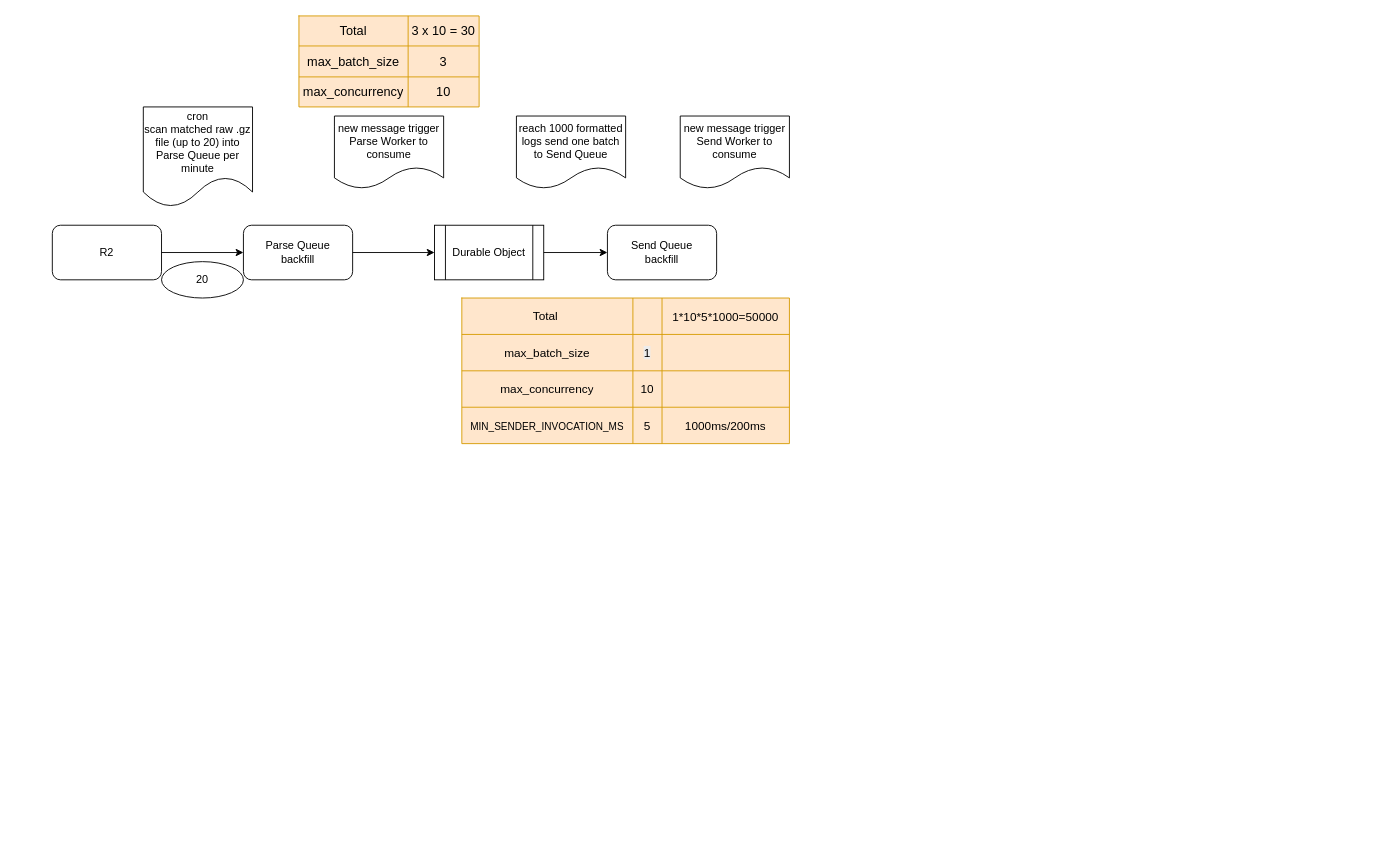
CFChinaNetwork/ctyun-logpush-backfill keeps this draw.io diagram as docs/Flow Chart.drawio. Above is the earlier version. Source tidied: cells renumbered, new cells numbered last; positions are measured from the earlier drawing's top-left corner, leaving out a move shared by most shapes. Both pictures are drawn from the tidied source at 91%, with x=0, y=0 at pixel (52, 15).
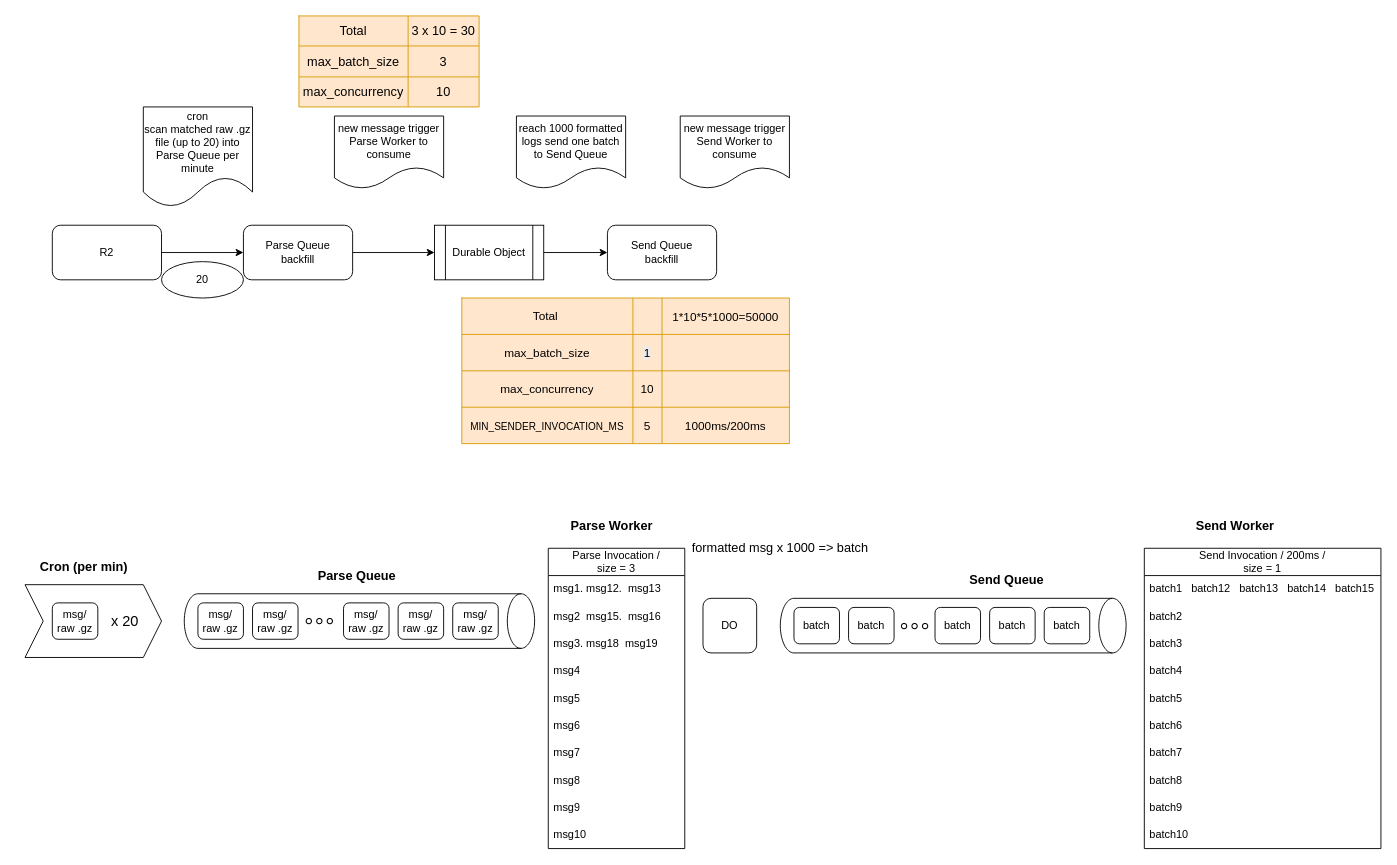
The same page after the edit.

Diff of the diagram source:
```diff
@@
+    <mxCell id="41" style="shape=cylinder3;whiteSpace=wrap;html=1;boundedLbl=1;backgroundOutline=1;size=15;rotation=90;" parent="1" vertex="1">
+      <mxGeometry x="307.5" y="472.5" width="60" height="385" as="geometry" />
+    </mxCell>
+    <mxCell id="42" value="&lt;span style=&quot;text-align: left;&quot;&gt;Parse Invocation / &lt;br&gt;size = 3&lt;/span&gt;" style="swimlane;fontStyle=0;horizontal=1;startSize=30;whiteSpace=wrap;html=1;" parent="1" vertex="1">
+      <mxGeometry x="545" y="585" width="150" height="330" as="geometry" />
+    </mxCell>
+    <mxCell id="43" value="msg1. msg12.&amp;nbsp; msg13" style="text;strokeColor=none;fillColor=none;align=left;verticalAlign=middle;spacingLeft=4;spacingRight=4;overflow=hidden;whiteSpace=wrap;html=1;" parent="42" vertex="1">
+      <mxGeometry y="30" width="150" height="30" as="geometry" />
+    </mxCell>
+    <mxCell id="44" value="msg2&amp;nbsp; msg15.&amp;nbsp; msg16" style="text;strokeColor=none;fillColor=none;align=left;verticalAlign=middle;spacingLeft=4;spacingRight=4;overflow=hidden;whiteSpace=wrap;html=1;" parent="42" vertex="1">
+      <mxGeometry y="60" width="150" height="30" as="geometry" />
+    </mxCell>
+    <mxCell id="45" value="msg3. msg18&amp;nbsp; msg19" style="text;strokeColor=none;fillColor=none;align=left;verticalAlign=middle;spacingLeft=4;spacingRight=4;overflow=hidden;whiteSpace=wrap;html=1;" parent="42" vertex="1">
+      <mxGeometry y="90" width="150" height="30" as="geometry" />
+    </mxCell>
+    <mxCell id="46" value="msg4" style="text;strokeColor=none;fillColor=none;align=left;verticalAlign=middle;spacingLeft=4;spacingRight=4;overflow=hidden;whiteSpace=wrap;html=1;" parent="42" vertex="1">
+      <mxGeometry y="120" width="150" height="30" as="geometry" />
+    </mxCell>
+    <mxCell id="47" value="msg5" style="text;strokeColor=none;fillColor=none;align=left;verticalAlign=middle;spacingLeft=4;spacingRight=4;overflow=hidden;whiteSpace=wrap;html=1;" parent="42" vertex="1">
+      <mxGeometry y="150" width="150" height="30" as="geometry" />
+    </mxCell>
+    <mxCell id="48" value="msg6" style="text;strokeColor=none;fillColor=none;align=left;verticalAlign=middle;spacingLeft=4;spacingRight=4;overflow=hidden;whiteSpace=wrap;html=1;" parent="42" vertex="1">
+      <mxGeometry y="180" width="150" height="30" as="geometry" />
+    </mxCell>
+    <mxCell id="49" value="msg7" style="text;strokeColor=none;fillColor=none;align=left;verticalAlign=middle;spacingLeft=4;spacingRight=4;overflow=hidden;whiteSpace=wrap;html=1;" parent="42" vertex="1">
+      <mxGeometry y="210" width="150" height="30" as="geometry" />
+    </mxCell>
+    <mxCell id="50" value="msg8" style="text;strokeColor=none;fillColor=none;align=left;verticalAlign=middle;spacingLeft=4;spacingRight=4;overflow=hidden;whiteSpace=wrap;html=1;" parent="42" vertex="1">
+      <mxGeometry y="240" width="150" height="30" as="geometry" />
+    </mxCell>
+    <mxCell id="51" value="msg9" style="text;strokeColor=none;fillColor=none;align=left;verticalAlign=middle;spacingLeft=4;spacingRight=4;overflow=hidden;whiteSpace=wrap;html=1;" parent="42" vertex="1">
+      <mxGeometry y="270" width="150" height="30" as="geometry" />
+    </mxCell>
+    <mxCell id="52" value="msg10" style="text;strokeColor=none;fillColor=none;align=left;verticalAlign=middle;spacingLeft=4;spacingRight=4;overflow=hidden;whiteSpace=wrap;html=1;" parent="42" vertex="1">
+      <mxGeometry y="300" width="150" height="30" as="geometry" />
+    </mxCell>
+    <mxCell id="53" value="&lt;b&gt;&lt;font style=&quot;font-size: 14px;&quot;&gt;Parse Queue&lt;/font&gt;&lt;/b&gt;" style="text;html=1;whiteSpace=wrap;strokeColor=none;fillColor=none;align=center;verticalAlign=middle;rounded=0;" parent="1" vertex="1">
+      <mxGeometry x="260" y="600" width="150" height="30" as="geometry" />
+    </mxCell>
+    <mxCell id="54" value="msg/&lt;br&gt;raw .gz" style="rounded=1;whiteSpace=wrap;html=1;" parent="1" vertex="1">
+      <mxGeometry x="160" y="645" width="50" height="40" as="geometry" />
+    </mxCell>
+    <mxCell id="55" value="msg/&lt;br&gt;raw .gz" style="rounded=1;whiteSpace=wrap;html=1;" parent="1" vertex="1">
+      <mxGeometry x="320" y="645" width="50" height="40" as="geometry" />
+    </mxCell>
+    <mxCell id="56" value="msg/&lt;br&gt;raw .gz" style="rounded=1;whiteSpace=wrap;html=1;" parent="1" vertex="1">
+      <mxGeometry x="220" y="645" width="50" height="40" as="geometry" />
+    </mxCell>
+    <mxCell id="57" value="msg/&lt;br&gt;raw .gz" style="rounded=1;whiteSpace=wrap;html=1;" parent="1" vertex="1">
+      <mxGeometry x="380" y="645" width="50" height="40" as="geometry" />
+    </mxCell>
+    <mxCell id="58" value="msg/&lt;br&gt;raw .gz" style="rounded=1;whiteSpace=wrap;html=1;" parent="1" vertex="1">
+      <mxGeometry x="440" y="645" width="50" height="40" as="geometry" />
+    </mxCell>
+    <mxCell id="59" value="&lt;font style=&quot;font-size: 23px;&quot;&gt;。。。&lt;/font&gt;" style="text;html=1;whiteSpace=wrap;strokeColor=none;fillColor=none;align=center;verticalAlign=middle;rounded=0;" parent="1" vertex="1">
+      <mxGeometry x="271" y="645" width="60" height="30" as="geometry" />
+    </mxCell>
+    <mxCell id="60" value="&lt;div&gt;&lt;br&gt;&lt;/div&gt;" style="shape=step;perimeter=stepPerimeter;whiteSpace=wrap;html=1;fixedSize=1;" parent="1" vertex="1">
+      <mxGeometry x="-30" y="625" width="150" height="80" as="geometry" />
+    </mxCell>
+    <mxCell id="61" value="msg/&lt;br&gt;raw .gz" style="rounded=1;whiteSpace=wrap;html=1;" parent="1" vertex="1">
+      <mxGeometry y="645" width="50" height="40" as="geometry" />
+    </mxCell>
+    <mxCell id="62" value="&lt;font style=&quot;font-size: 16px;&quot;&gt;x 20&lt;/font&gt;" style="text;html=1;whiteSpace=wrap;strokeColor=none;fillColor=none;align=center;verticalAlign=middle;rounded=0;" parent="1" vertex="1">
+      <mxGeometry x="50" y="650" width="60" height="30" as="geometry" />
+    </mxCell>
+    <mxCell id="63" value="&lt;b&gt;&lt;font style=&quot;font-size: 14px;&quot;&gt;Cron (per min)&lt;/font&gt;&lt;/b&gt;" style="text;html=1;whiteSpace=wrap;strokeColor=none;fillColor=none;align=center;verticalAlign=middle;rounded=0;" parent="1" vertex="1">
+      <mxGeometry x="-40" y="590" width="150" height="30" as="geometry" />
+    </mxCell>
+    <mxCell id="64" value="&lt;b&gt;&lt;font style=&quot;font-size: 14px;&quot;&gt;Parse Worker&lt;/font&gt;&lt;/b&gt;" style="text;html=1;whiteSpace=wrap;strokeColor=none;fillColor=none;align=center;verticalAlign=middle;rounded=0;" parent="1" vertex="1">
+      <mxGeometry x="540" y="545" width="150" height="30" as="geometry" />
+    </mxCell>
+    <mxCell id="65" value="DO" style="rounded=1;whiteSpace=wrap;html=1;" parent="1" vertex="1">
+      <mxGeometry x="715" y="640" width="59" height="60" as="geometry" />
+    </mxCell>
+    <mxCell id="66" style="shape=cylinder3;whiteSpace=wrap;html=1;boundedLbl=1;backgroundOutline=1;size=15;rotation=90;" parent="1" vertex="1">
+      <mxGeometry x="960" y="480" width="60" height="380" as="geometry" />
+    </mxCell>
+    <mxCell id="67" value="&lt;b&gt;&lt;font style=&quot;font-size: 14px;&quot;&gt;Send Queue&lt;/font&gt;&lt;/b&gt;" style="text;html=1;whiteSpace=wrap;strokeColor=none;fillColor=none;align=center;verticalAlign=middle;rounded=0;" parent="1" vertex="1">
+      <mxGeometry x="974" y="605" width="150" height="30" as="geometry" />
+    </mxCell>
+    <mxCell id="68" value="batch" style="rounded=1;whiteSpace=wrap;html=1;" parent="1" vertex="1">
+      <mxGeometry x="815" y="650" width="50" height="40" as="geometry" />
+    </mxCell>
+    <mxCell id="69" value="batch" style="rounded=1;whiteSpace=wrap;html=1;" parent="1" vertex="1">
+      <mxGeometry x="970" y="650" width="50" height="40" as="geometry" />
+    </mxCell>
+    <mxCell id="70" value="batch" style="rounded=1;whiteSpace=wrap;html=1;" parent="1" vertex="1">
+      <mxGeometry x="875" y="650" width="50" height="40" as="geometry" />
+    </mxCell>
+    <mxCell id="71" value="batch" style="rounded=1;whiteSpace=wrap;html=1;" parent="1" vertex="1">
+      <mxGeometry x="1030" y="650" width="50" height="40" as="geometry" />
+    </mxCell>
+    <mxCell id="72" value="batch" style="rounded=1;whiteSpace=wrap;html=1;" parent="1" vertex="1">
+      <mxGeometry x="1090" y="650" width="50" height="40" as="geometry" />
+    </mxCell>
+    <mxCell id="73" value="&lt;font style=&quot;font-size: 23px;&quot;&gt;。。。&lt;/font&gt;" style="text;html=1;whiteSpace=wrap;strokeColor=none;fillColor=none;align=center;verticalAlign=middle;rounded=0;" parent="1" vertex="1">
+      <mxGeometry x="925" y="650" width="60" height="30" as="geometry" />
+    </mxCell>
+    <mxCell id="74" value="&lt;span style=&quot;text-align: left;&quot;&gt;Send Invocation / 200ms /&lt;br&gt;size = 1&lt;/span&gt;" style="swimlane;fontStyle=0;horizontal=1;startSize=30;whiteSpace=wrap;html=1;" parent="1" vertex="1">
+      <mxGeometry x="1200" y="585" width="260" height="330" as="geometry" />
+    </mxCell>
+    <mxCell id="75" value="batch1&amp;nbsp; &amp;nbsp;batch12&amp;nbsp; &amp;nbsp;batch13&amp;nbsp; &amp;nbsp;batch14&amp;nbsp; &amp;nbsp;batch15" style="text;strokeColor=none;fillColor=none;align=left;verticalAlign=middle;spacingLeft=4;spacingRight=4;overflow=hidden;whiteSpace=wrap;html=1;" parent="74" vertex="1">
+      <mxGeometry y="30" width="260" height="30" as="geometry" />
+    </mxCell>
+    <mxCell id="76" value="batch2" style="text;strokeColor=none;fillColor=none;align=left;verticalAlign=middle;spacingLeft=4;spacingRight=4;overflow=hidden;whiteSpace=wrap;html=1;" parent="74" vertex="1">
+      <mxGeometry y="60" width="260" height="30" as="geometry" />
+    </mxCell>
+    <mxCell id="77" value="batch3" style="text;strokeColor=none;fillColor=none;align=left;verticalAlign=middle;spacingLeft=4;spacingRight=4;overflow=hidden;whiteSpace=wrap;html=1;" parent="74" vertex="1">
+      <mxGeometry y="90" width="260" height="30" as="geometry" />
+    </mxCell>
+    <mxCell id="78" value="batch4" style="text;strokeColor=none;fillColor=none;align=left;verticalAlign=middle;spacingLeft=4;spacingRight=4;overflow=hidden;whiteSpace=wrap;html=1;" parent="74" vertex="1">
+      <mxGeometry y="120" width="260" height="30" as="geometry" />
+    </mxCell>
+    <mxCell id="79" value="batch5" style="text;strokeColor=none;fillColor=none;align=left;verticalAlign=middle;spacingLeft=4;spacingRight=4;overflow=hidden;whiteSpace=wrap;html=1;" parent="74" vertex="1">
+      <mxGeometry y="150" width="260" height="30" as="geometry" />
+    </mxCell>
+    <mxCell id="80" value="batch6" style="text;strokeColor=none;fillColor=none;align=left;verticalAlign=middle;spacingLeft=4;spacingRight=4;overflow=hidden;whiteSpace=wrap;html=1;" parent="74" vertex="1">
+      <mxGeometry y="180" width="260" height="30" as="geometry" />
+    </mxCell>
+    <mxCell id="81" value="batch7" style="text;strokeColor=none;fillColor=none;align=left;verticalAlign=middle;spacingLeft=4;spacingRight=4;overflow=hidden;whiteSpace=wrap;html=1;" parent="74" vertex="1">
+      <mxGeometry y="210" width="260" height="30" as="geometry" />
+    </mxCell>
+    <mxCell id="82" value="batch8" style="text;strokeColor=none;fillColor=none;align=left;verticalAlign=middle;spacingLeft=4;spacingRight=4;overflow=hidden;whiteSpace=wrap;html=1;" parent="74" vertex="1">
+      <mxGeometry y="240" width="260" height="30" as="geometry" />
+    </mxCell>
+    <mxCell id="83" value="batch9" style="text;strokeColor=none;fillColor=none;align=left;verticalAlign=middle;spacingLeft=4;spacingRight=4;overflow=hidden;whiteSpace=wrap;html=1;" parent="74" vertex="1">
+      <mxGeometry y="270" width="260" height="30" as="geometry" />
+    </mxCell>
+    <mxCell id="84" value="batch10" style="text;strokeColor=none;fillColor=none;align=left;verticalAlign=middle;spacingLeft=4;spacingRight=4;overflow=hidden;whiteSpace=wrap;html=1;" parent="74" vertex="1">
+      <mxGeometry y="300" width="260" height="30" as="geometry" />
+    </mxCell>
+    <mxCell id="85" value="&lt;b&gt;&lt;font style=&quot;font-size: 14px;&quot;&gt;Send Worker&lt;/font&gt;&lt;/b&gt;" style="text;html=1;whiteSpace=wrap;strokeColor=none;fillColor=none;align=center;verticalAlign=middle;rounded=0;" parent="1" vertex="1">
+      <mxGeometry x="1225" y="545" width="150" height="30" as="geometry" />
+    </mxCell>
+    <mxCell id="86" value="&lt;font style=&quot;font-size: 14px;&quot;&gt;formatted msg x 1000 =&amp;gt; batch&lt;/font&gt;" style="text;html=1;whiteSpace=wrap;strokeColor=none;fillColor=none;align=center;verticalAlign=middle;rounded=0;" parent="1" vertex="1">
+      <mxGeometry x="690" y="575" width="220" height="20" as="geometry" />
+    </mxCell>
```
